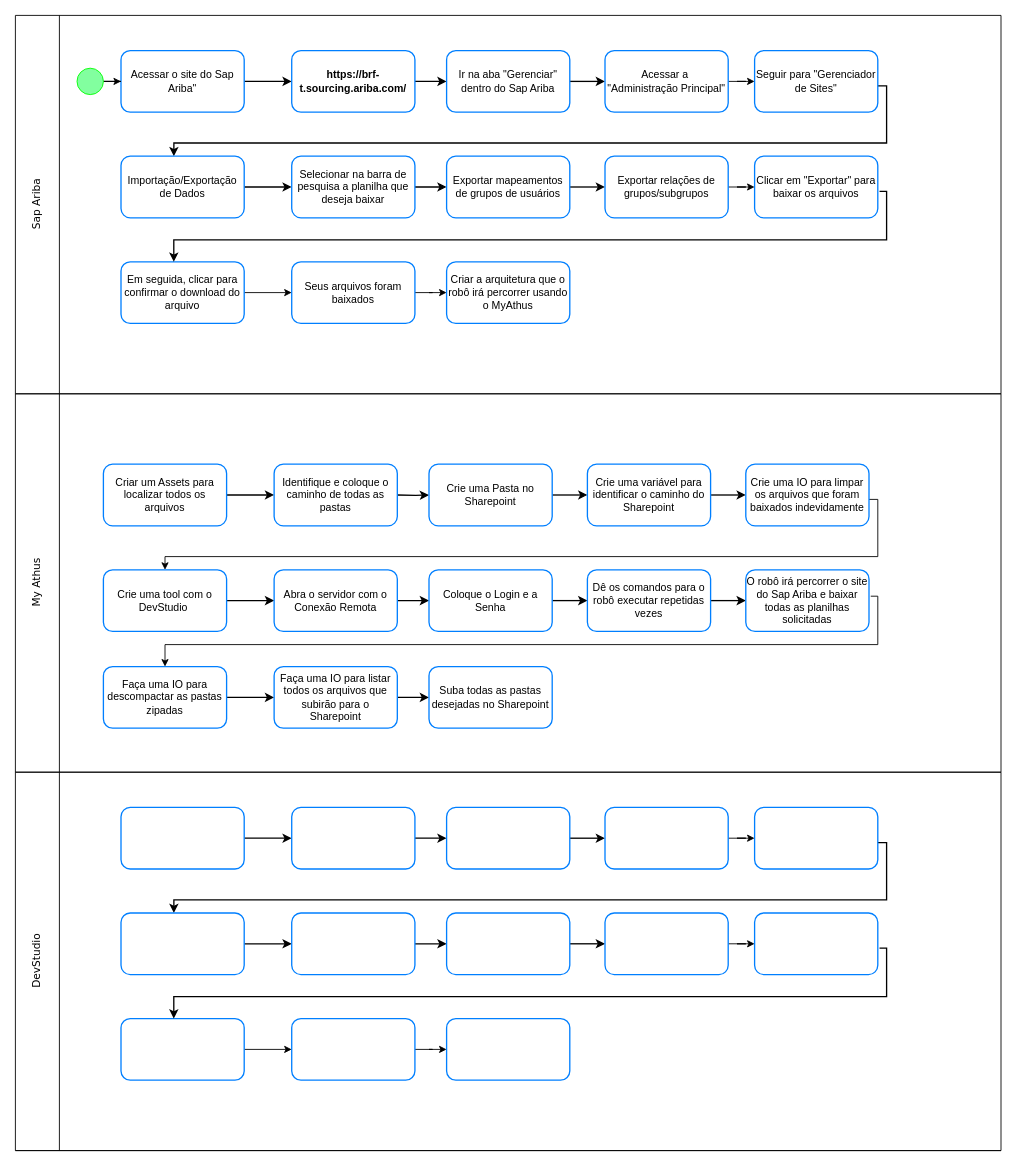
This is Diagrama detalhado - RCT087.drawio from leopartika/Meus-Projetos, a draw.io file, before an edit. Source tidied: cells renumbered, new cells numbered last; positions are measured from the earlier drawing's top-left corner, leaving out a move shared by most shapes. Both pictures are drawn from the tidied source at 88%, with x=0, y=0 at pixel (-3, 15).
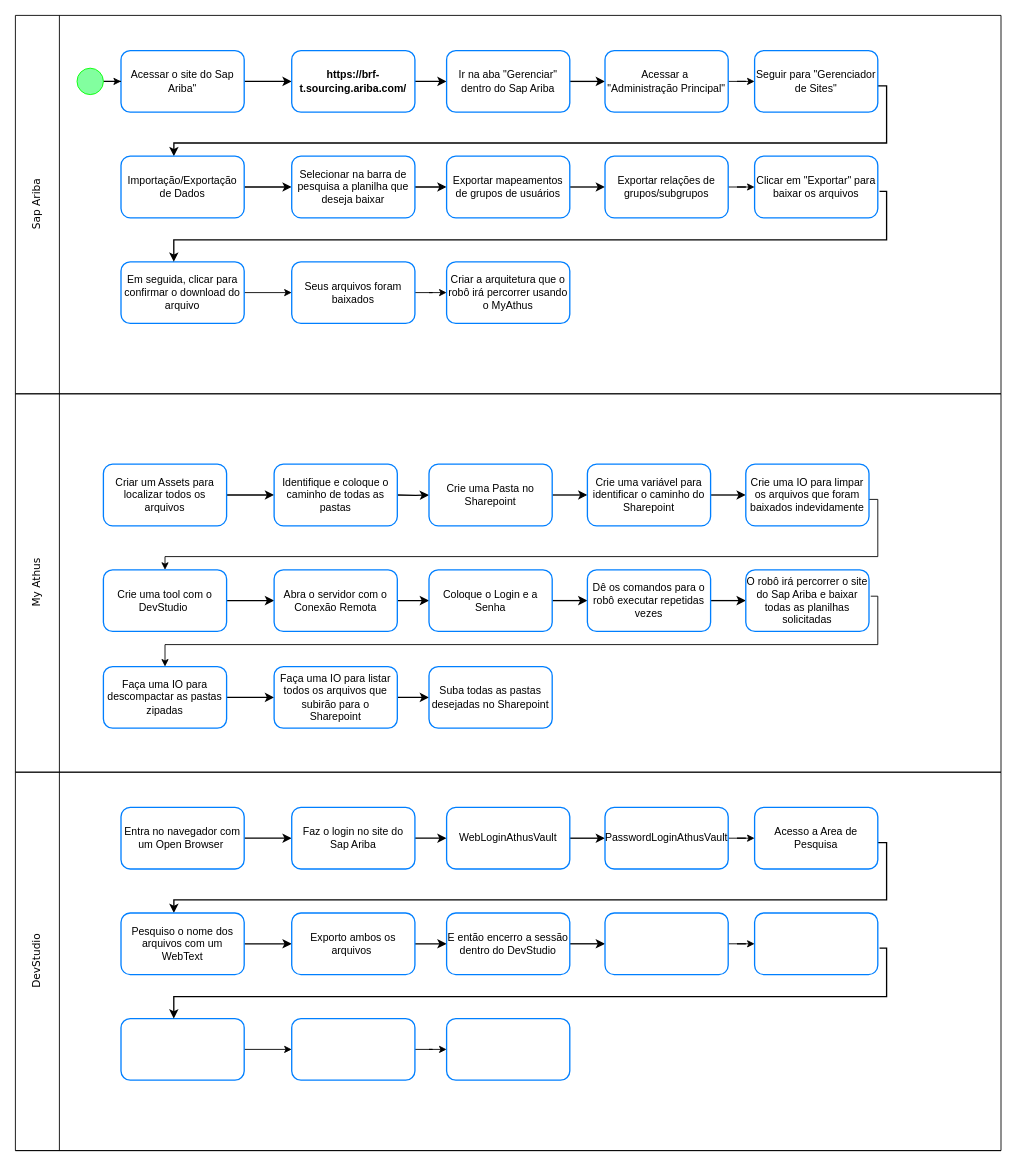
Above is the later version.

The edit, as a diff of the source:
```diff
@@
-    <mxCell id="67" style="rounded=1;whiteSpace=wrap;html=1;strokeColor=#007FFF;strokeWidth=1.5;" parent="1" vertex="1">
+    <mxCell id="67" value="Entra no navegador com um Open Browser&amp;nbsp;" style="rounded=1;whiteSpace=wrap;html=1;strokeColor=#007FFF;strokeWidth=1.5;" parent="1" vertex="1">
       <mxGeometry x="140" y="900" width="140" height="70" as="geometry" />
     </mxCell>
@@
-    <mxCell id="69" style="rounded=1;whiteSpace=wrap;html=1;strokeColor=#007FFF;strokeWidth=1.5;" parent="1" vertex="1">
+    <mxCell id="69" value="Faz o login no site do Sap Ariba" style="rounded=1;whiteSpace=wrap;html=1;strokeColor=#007FFF;strokeWidth=1.5;" parent="1" vertex="1">
       <mxGeometry x="334" y="900" width="140" height="70" as="geometry" />
     </mxCell>
@@
-    <mxCell id="71" style="rounded=1;whiteSpace=wrap;html=1;strokeColor=#007FFF;strokeWidth=1.5;" parent="1" vertex="1">
+    <mxCell id="71" value="WebLoginAthusVault" style="rounded=1;whiteSpace=wrap;html=1;strokeColor=#007FFF;strokeWidth=1.5;" parent="1" vertex="1">
       <mxGeometry x="510" y="900" width="140" height="70" as="geometry" />
     </mxCell>
@@
-    <mxCell id="73" style="rounded=1;whiteSpace=wrap;html=1;strokeColor=#007FFF;strokeWidth=1.5;" parent="1" vertex="1">
+    <mxCell id="73" value="PasswordLoginAthusVault" style="rounded=1;whiteSpace=wrap;html=1;strokeColor=#007FFF;strokeWidth=1.5;" parent="1" vertex="1">
       <mxGeometry x="690" y="900" width="140" height="70" as="geometry" />
     </mxCell>
@@
-    <mxCell id="75" style="rounded=1;whiteSpace=wrap;html=1;strokeColor=#007FFF;strokeWidth=1.5;" parent="1" vertex="1">
+    <mxCell id="75" value="Acesso a Area de Pesquisa" style="rounded=1;whiteSpace=wrap;html=1;strokeColor=#007FFF;strokeWidth=1.5;" parent="1" vertex="1">
       <mxGeometry x="860" y="900" width="140" height="70" as="geometry" />
     </mxCell>
@@
-    <mxCell id="77" style="rounded=1;whiteSpace=wrap;html=1;strokeColor=#007FFF;strokeWidth=1.5;" parent="1" vertex="1">
+    <mxCell id="77" value="Pesquiso o nome dos arquivos com um WebText" style="rounded=1;whiteSpace=wrap;html=1;strokeColor=#007FFF;strokeWidth=1.5;" parent="1" vertex="1">
       <mxGeometry x="140" y="1020" width="140" height="70" as="geometry" />
     </mxCell>
@@
-    <mxCell id="79" style="rounded=1;whiteSpace=wrap;html=1;strokeColor=#007FFF;strokeWidth=1.5;" parent="1" vertex="1">
+    <mxCell id="79" value="Exporto ambos os arquivos&amp;nbsp;" style="rounded=1;whiteSpace=wrap;html=1;strokeColor=#007FFF;strokeWidth=1.5;" parent="1" vertex="1">
       <mxGeometry x="334" y="1020" width="140" height="70" as="geometry" />
     </mxCell>
@@
-    <mxCell id="81" style="rounded=1;whiteSpace=wrap;html=1;strokeColor=#007FFF;strokeWidth=1.5;" parent="1" vertex="1">
+    <mxCell id="81" value="E então encerro a sessão dentro do DevStudio" style="rounded=1;whiteSpace=wrap;html=1;strokeColor=#007FFF;strokeWidth=1.5;" parent="1" vertex="1">
       <mxGeometry x="510" y="1020" width="140" height="70" as="geometry" />
     </mxCell>
```
